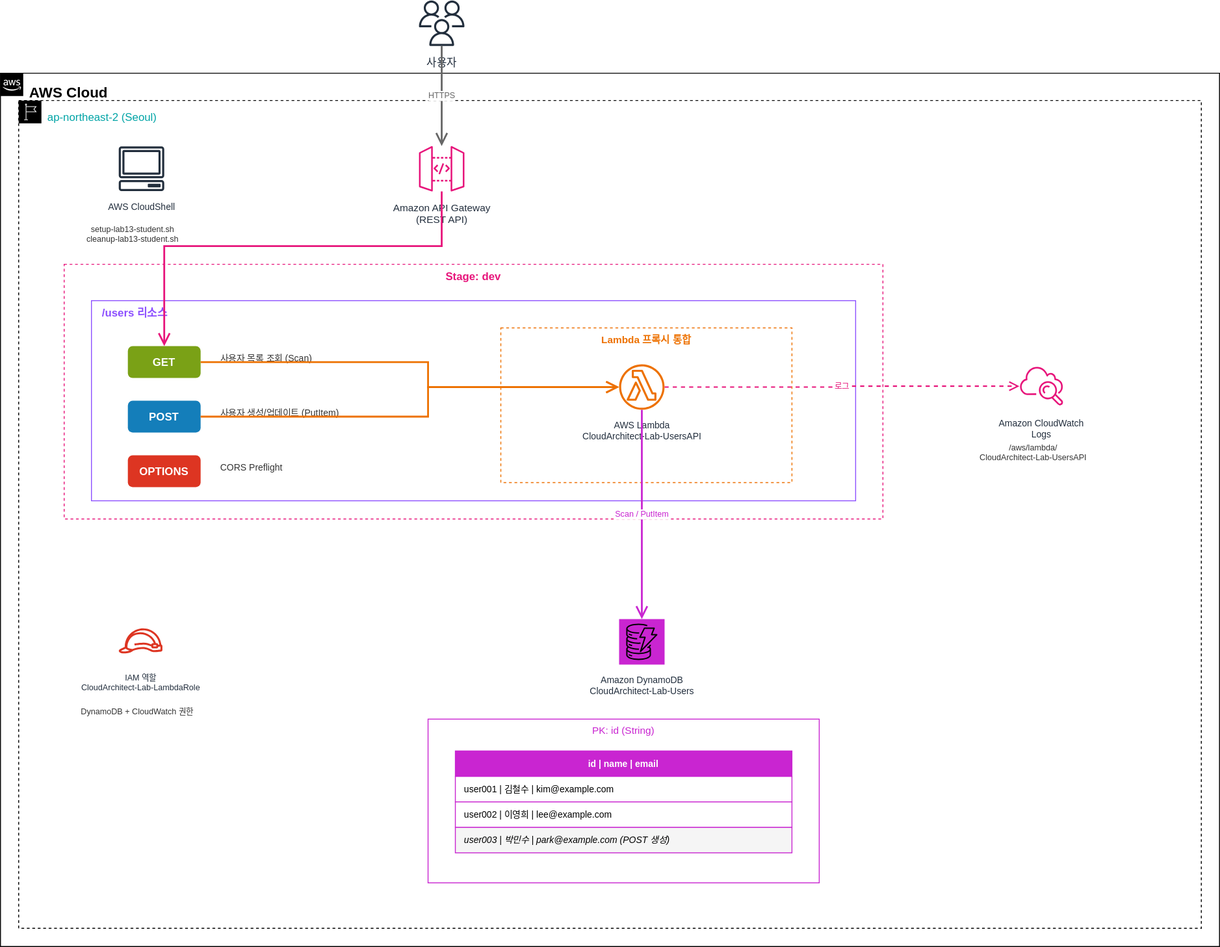
Earlier version of the draw.io export public/images/week9/9-3-architecture-diagram.svg (yh00615/cloud_architecture). Source tidied: cells renumbered, new cells last; positions are measured from the earlier drawing's top-left corner, leaving out a move shared by most shapes.
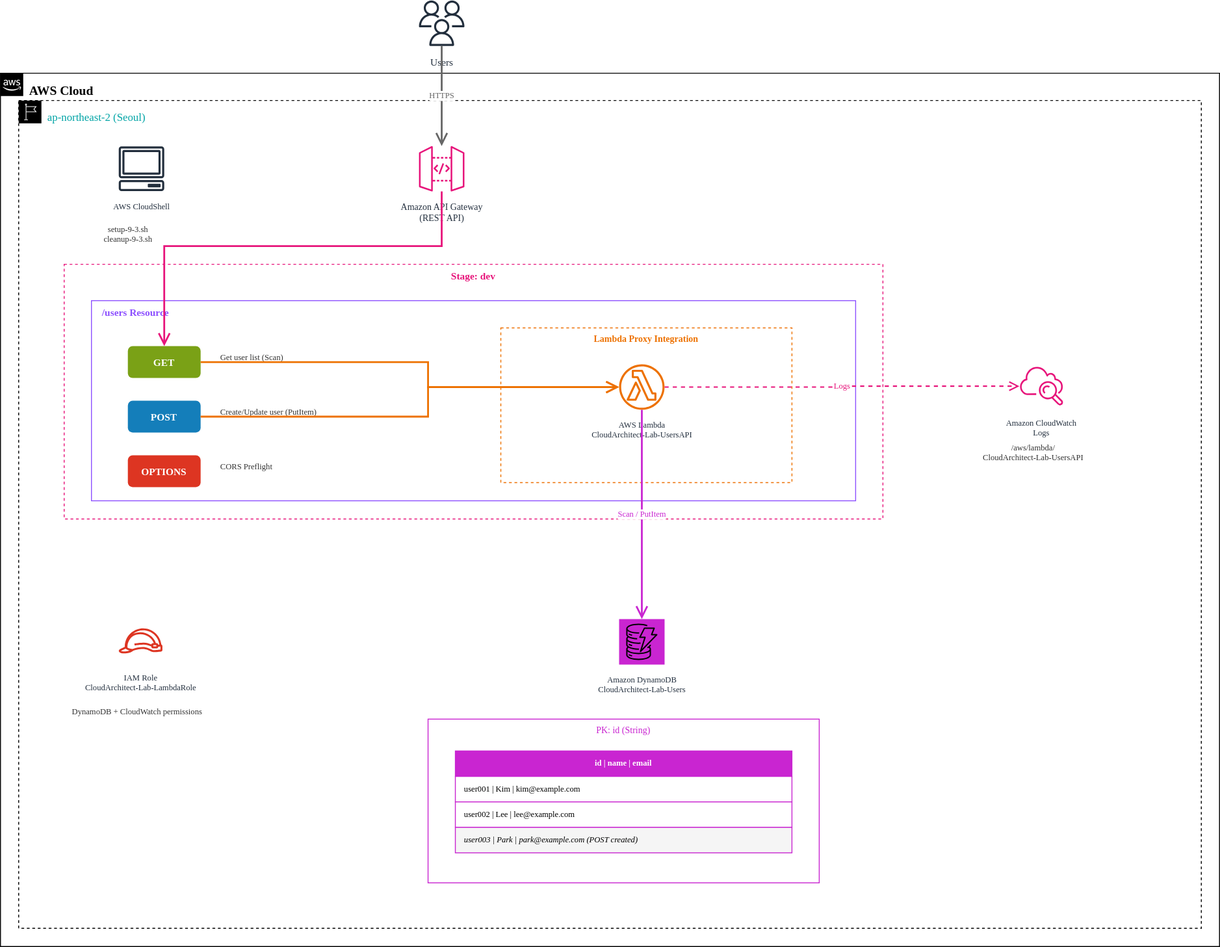
Above is the later version.

What changed in the source:
```diff
@@ -2,88 +2,88 @@
   <root>
     <mxCell id="0" />
     <mxCell id="1" parent="0" />
-    <mxCell id="2" value="사용자" style="sketch=0;outlineConnect=0;fontColor=#232F3E;gradientColor=none;fillColor=#232F3D;strokeColor=none;dashed=0;verticalLabelPosition=bottom;spacingTop=5;verticalAlign=top;align=center;html=1;fontSize=12;fontStyle=0;shape=mxgraph.aws4.users;" parent="1" vertex="1">
+    <mxCell id="2" value="Users" style="sketch=0;outlineConnect=0;fontColor=#232F3E;gradientColor=none;fillColor=#232F3D;strokeColor=none;dashed=0;verticalLabelPosition=bottom;spacingTop=5;verticalAlign=top;align=center;html=1;fontSize=11;fontStyle=0;shape=mxgraph.aws4.users;fontFamily=Verdana;" parent="1" vertex="1">
       <mxGeometry x="460" width="50" height="50" as="geometry" />
     </mxCell>
-    <mxCell id="3" value="AWS Cloud" style="gradientColor=none;html=1;whiteSpace=wrap;fontSize=16;fontStyle=1;shape=mxgraph.aws4.group;grIcon=mxgraph.aws4.group_aws_cloud_alt;stroke=#232F3E;fillColor=none;verticalAlign=top;align=left;spacingLeft=30;spacingTop=5;dashed=0;" parent="1" vertex="1">
+    <mxCell id="3" value="AWS Cloud" style="gradientColor=none;html=1;whiteSpace=wrap;fontSize=14;fontStyle=1;shape=mxgraph.aws4.group;grIcon=mxgraph.aws4.group_aws_cloud_alt;stroke=#232F3E;fillColor=none;verticalAlign=top;align=left;spacingLeft=30;spacingTop=5;dashed=0;fontFamily=Verdana;" parent="1" vertex="1">
       <mxGeometry y="80" width="1340" height="960" as="geometry" />
     </mxCell>
-    <mxCell id="4" value="ap-northeast-2 (Seoul)" style="gradientColor=none;html=1;whiteSpace=wrap;fontSize=12;fontStyle=0;shape=mxgraph.aws4.group;grIcon=mxgraph.aws4.group_region;stroke=#00A4A6;fillColor=none;verticalAlign=top;align=left;spacingLeft=30;spacingTop=5;fontColor=#00A4A6;dashed=1;" parent="1" vertex="1">
+    <mxCell id="4" value="ap-northeast-2 (Seoul)" style="gradientColor=none;html=1;whiteSpace=wrap;fontSize=12;fontStyle=0;shape=mxgraph.aws4.group;grIcon=mxgraph.aws4.group_region;stroke=#00A4A6;fillColor=none;verticalAlign=top;align=left;spacingLeft=30;spacingTop=5;fontColor=#00A4A6;dashed=1;fontFamily=Verdana;" parent="1" vertex="1">
       <mxGeometry x="20" y="110" width="1300" height="910" as="geometry" />
     </mxCell>
-    <mxCell id="5" value="Amazon API Gateway&#10;(REST API)" style="sketch=0;outlineConnect=0;fontColor=#232F3E;gradientColor=none;fillColor=#E7157B;strokeColor=none;dashed=0;verticalLabelPosition=bottom;spacingTop=5;verticalAlign=top;align=center;html=1;fontSize=11;fontStyle=0;shape=mxgraph.aws4.api_gateway;" parent="1" vertex="1">
+    <mxCell id="5" value="Amazon API Gateway&#10;(REST API)" style="sketch=0;outlineConnect=0;fontColor=#232F3E;gradientColor=none;fillColor=#E7157B;strokeColor=none;dashed=0;verticalLabelPosition=bottom;spacingTop=5;verticalAlign=top;align=center;html=1;fontSize=10;fontStyle=0;shape=mxgraph.aws4.api_gateway;fontFamily=Verdana;" parent="1" vertex="1">
       <mxGeometry x="460" y="160" width="50" height="50" as="geometry" />
     </mxCell>
-    <mxCell id="6" value="Stage: dev" style="fillColor=none;strokeColor=#E7157B;dashed=1;verticalAlign=top;fontStyle=1;fontColor=#E7157B;whiteSpace=wrap;html=1;fontSize=12;align=center;" parent="1" vertex="1">
+    <mxCell id="6" value="Stage: dev" style="fillColor=none;strokeColor=#E7157B;dashed=1;verticalAlign=top;fontStyle=1;fontColor=#E7157B;whiteSpace=wrap;html=1;fontSize=11;align=center;fontFamily=Verdana;" parent="1" vertex="1">
       <mxGeometry x="70" y="290" width="900" height="280" as="geometry" />
     </mxCell>
-    <mxCell id="7" value="/users 리소스" style="fillColor=none;strokeColor=#8C4FFF;verticalAlign=top;fontStyle=1;fontColor=#8C4FFF;whiteSpace=wrap;html=1;fontSize=12;align=left;spacingLeft=10;" parent="1" vertex="1">
+    <mxCell id="7" value="/users Resource" style="fillColor=none;strokeColor=#8C4FFF;verticalAlign=top;fontStyle=1;fontColor=#8C4FFF;whiteSpace=wrap;html=1;fontSize=11;align=left;spacingLeft=10;fontFamily=Verdana;" parent="1" vertex="1">
       <mxGeometry x="100" y="330" width="840" height="220" as="geometry" />
     </mxCell>
-    <mxCell id="8" value="GET" style="fillColor=#7AA116;strokeColor=none;fontColor=#FFFFFF;fontSize=12;fontStyle=1;align=center;verticalAlign=middle;whiteSpace=wrap;html=1;rounded=1;" parent="1" vertex="1">
+    <mxCell id="8" value="GET" style="fillColor=#7AA116;strokeColor=none;fontColor=#FFFFFF;fontSize=11;fontStyle=1;align=center;verticalAlign=middle;whiteSpace=wrap;html=1;rounded=1;fontFamily=Verdana;" parent="1" vertex="1">
       <mxGeometry x="140" y="380" width="80" height="35" as="geometry" />
     </mxCell>
-    <mxCell id="9" value="사용자 목록 조회 (Scan)" style="text;html=1;align=left;verticalAlign=middle;strokeColor=none;fillColor=none;fontColor=#333333;fontSize=10;" parent="1" vertex="1">
-      <mxGeometry x="240" y="383" width="140" height="20" as="geometry" />
+    <mxCell id="9" value="Get user list (Scan)" style="text;html=1;align=left;verticalAlign=middle;strokeColor=none;fillColor=none;fontColor=#333333;fontSize=9;fontFamily=Verdana;" parent="1" vertex="1">
+      <mxGeometry x="240" y="383" width="120" height="20" as="geometry" />
     </mxCell>
-    <mxCell id="10" value="POST" style="fillColor=#147EBA;strokeColor=none;fontColor=#FFFFFF;fontSize=12;fontStyle=1;align=center;verticalAlign=middle;whiteSpace=wrap;html=1;rounded=1;" parent="1" vertex="1">
+    <mxCell id="10" value="POST" style="fillColor=#147EBA;strokeColor=none;fontColor=#FFFFFF;fontSize=11;fontStyle=1;align=center;verticalAlign=middle;whiteSpace=wrap;html=1;rounded=1;fontFamily=Verdana;" parent="1" vertex="1">
       <mxGeometry x="140" y="440" width="80" height="35" as="geometry" />
     </mxCell>
-    <mxCell id="11" value="사용자 생성/업데이트 (PutItem)" style="text;html=1;align=left;verticalAlign=middle;strokeColor=none;fillColor=none;fontColor=#333333;fontSize=10;" parent="1" vertex="1">
-      <mxGeometry x="240" y="443" width="190" height="20" as="geometry" />
+    <mxCell id="11" value="Create/Update user (PutItem)" style="text;html=1;align=left;verticalAlign=middle;strokeColor=none;fillColor=none;fontColor=#333333;fontSize=9;fontFamily=Verdana;" parent="1" vertex="1">
+      <mxGeometry x="240" y="443" width="170" height="20" as="geometry" />
     </mxCell>
-    <mxCell id="12" value="OPTIONS" style="fillColor=#DD3522;strokeColor=none;fontColor=#FFFFFF;fontSize=12;fontStyle=1;align=center;verticalAlign=middle;whiteSpace=wrap;html=1;rounded=1;" parent="1" vertex="1">
+    <mxCell id="12" value="OPTIONS" style="fillColor=#DD3522;strokeColor=none;fontColor=#FFFFFF;fontSize=11;fontStyle=1;align=center;verticalAlign=middle;whiteSpace=wrap;html=1;rounded=1;fontFamily=Verdana;" parent="1" vertex="1">
       <mxGeometry x="140" y="500" width="80" height="35" as="geometry" />
     </mxCell>
-    <mxCell id="13" value="CORS Preflight" style="text;html=1;align=left;verticalAlign=middle;strokeColor=none;fillColor=none;fontColor=#333333;fontSize=10;" parent="1" vertex="1">
+    <mxCell id="13" value="CORS Preflight" style="text;html=1;align=left;verticalAlign=middle;strokeColor=none;fillColor=none;fontColor=#333333;fontSize=9;fontFamily=Verdana;" parent="1" vertex="1">
       <mxGeometry x="240" y="503" width="100" height="20" as="geometry" />
     </mxCell>
-    <mxCell id="14" value="Lambda 프록시 통합" style="fillColor=none;strokeColor=#ED7100;dashed=1;verticalAlign=top;fontStyle=1;fontColor=#ED7100;whiteSpace=wrap;html=1;fontSize=11;align=center;" parent="1" vertex="1">
+    <mxCell id="14" value="Lambda Proxy Integration" style="fillColor=none;strokeColor=#ED7100;dashed=1;verticalAlign=top;fontStyle=1;fontColor=#ED7100;whiteSpace=wrap;html=1;fontSize=10;align=center;fontFamily=Verdana;" parent="1" vertex="1">
       <mxGeometry x="550" y="360" width="320" height="170" as="geometry" />
     </mxCell>
-    <mxCell id="15" value="AWS Lambda&#10;CloudArchitect-Lab-UsersAPI" style="sketch=0;outlineConnect=0;fontColor=#232F3E;gradientColor=none;fillColor=#ED7100;strokeColor=none;dashed=0;verticalLabelPosition=bottom;spacingTop=5;verticalAlign=top;align=center;html=1;fontSize=10;fontStyle=0;shape=mxgraph.aws4.lambda_function;" parent="1" vertex="1">
+    <mxCell id="15" value="AWS Lambda&#10;CloudArchitect-Lab-UsersAPI" style="sketch=0;outlineConnect=0;fontColor=#232F3E;gradientColor=none;fillColor=#ED7100;strokeColor=none;dashed=0;verticalLabelPosition=bottom;spacingTop=5;verticalAlign=top;align=center;html=1;fontSize=9;fontStyle=0;shape=mxgraph.aws4.lambda_function;fontFamily=Verdana;" parent="1" vertex="1">
       <mxGeometry x="680" y="400" width="50" height="50" as="geometry" />
     </mxCell>
-    <mxCell id="16" value="Amazon DynamoDB&#10;CloudArchitect-Lab-Users" style="sketch=0;outlineConnect=0;fontColor=#232F3E;gradientColor=none;fillColor=#C925D1;strokeColor=none;dashed=0;verticalLabelPosition=bottom;spacingTop=5;verticalAlign=top;align=center;html=1;fontSize=10;fontStyle=0;shape=mxgraph.aws4.resourceIcon;resIcon=mxgraph.aws4.dynamodb;" parent="1" vertex="1">
+    <mxCell id="16" value="Amazon DynamoDB&#10;CloudArchitect-Lab-Users" style="sketch=0;outlineConnect=0;fontColor=#232F3E;gradientColor=none;fillColor=#C925D1;strokeColor=none;dashed=0;verticalLabelPosition=bottom;spacingTop=5;verticalAlign=top;align=center;html=1;fontSize=9;fontStyle=0;shape=mxgraph.aws4.resourceIcon;resIcon=mxgraph.aws4.dynamodb;fontFamily=Verdana;" parent="1" vertex="1">
       <mxGeometry x="680" y="680" width="50" height="50" as="geometry" />
     </mxCell>
-    <mxCell id="17" value="PK: id (String)" style="fillColor=none;strokeColor=#C925D1;verticalAlign=top;fontStyle=0;fontColor=#C925D1;fontSize=11;whiteSpace=wrap;html=1;" parent="1" vertex="1">
+    <mxCell id="17" value="PK: id (String)" style="fillColor=none;strokeColor=#C925D1;verticalAlign=top;fontStyle=0;fontColor=#C925D1;fontSize=10;whiteSpace=wrap;html=1;fontFamily=Verdana;" parent="1" vertex="1">
       <mxGeometry x="470" y="790" width="430" height="180" as="geometry" />
     </mxCell>
-    <mxCell id="18" value="id | name | email" style="fillColor=#C925D1;strokeColor=#C925D1;fontColor=#FFFFFF;fontSize=10;fontStyle=1;align=center;verticalAlign=middle;whiteSpace=wrap;html=1;" parent="1" vertex="1">
+    <mxCell id="18" value="id | name | email" style="fillColor=#C925D1;strokeColor=#C925D1;fontColor=#FFFFFF;fontSize=9;fontStyle=1;align=center;verticalAlign=middle;whiteSpace=wrap;html=1;fontFamily=Verdana;" parent="1" vertex="1">
       <mxGeometry x="500" y="825" width="370" height="28" as="geometry" />
     </mxCell>
-    <mxCell id="19" value="user001 | 김철수 | kim@example.com" style="fillColor=#FFFFFF;strokeColor=#C925D1;fontSize=10;align=left;verticalAlign=middle;whiteSpace=wrap;html=1;spacingLeft=8;" parent="1" vertex="1">
+    <mxCell id="19" value="user001 | Kim | kim@example.com" style="fillColor=#FFFFFF;strokeColor=#C925D1;fontSize=9;align=left;verticalAlign=middle;whiteSpace=wrap;html=1;spacingLeft=8;fontFamily=Verdana;" parent="1" vertex="1">
       <mxGeometry x="500" y="853" width="370" height="28" as="geometry" />
     </mxCell>
-    <mxCell id="20" value="user002 | 이영희 | lee@example.com" style="fillColor=#FFFFFF;strokeColor=#C925D1;fontSize=10;align=left;verticalAlign=middle;whiteSpace=wrap;html=1;spacingLeft=8;" parent="1" vertex="1">
+    <mxCell id="20" value="user002 | Lee | lee@example.com" style="fillColor=#FFFFFF;strokeColor=#C925D1;fontSize=9;align=left;verticalAlign=middle;whiteSpace=wrap;html=1;spacingLeft=8;fontFamily=Verdana;" parent="1" vertex="1">
       <mxGeometry x="500" y="881" width="370" height="28" as="geometry" />
     </mxCell>
-    <mxCell id="21" value="user003 | 박민수 | park@example.com (POST 생성)" style="fillColor=#F5F5F5;strokeColor=#C925D1;fontSize=10;align=left;verticalAlign=middle;whiteSpace=wrap;html=1;spacingLeft=8;fontStyle=2;" parent="1" vertex="1">
+    <mxCell id="21" value="user003 | Park | park@example.com (POST created)" style="fillColor=#F5F5F5;strokeColor=#C925D1;fontSize=9;align=left;verticalAlign=middle;whiteSpace=wrap;html=1;spacingLeft=8;fontStyle=2;fontFamily=Verdana;" parent="1" vertex="1">
       <mxGeometry x="500" y="909" width="370" height="28" as="geometry" />
     </mxCell>
-    <mxCell id="22" value="IAM 역할&#10;CloudArchitect-Lab-LambdaRole" style="sketch=0;fontColor=#232F3E;gradientColor=none;fillColor=#DD3522;strokeColor=none;dashed=0;verticalLabelPosition=bottom;spacingTop=5;verticalAlign=top;align=center;html=1;fontSize=9;fontStyle=0;shape=mxgraph.aws4.role;" parent="1" vertex="1">
+    <mxCell id="22" value="IAM Role&#10;CloudArchitect-Lab-LambdaRole" style="sketch=0;fontColor=#232F3E;gradientColor=none;fillColor=#DD3522;strokeColor=none;dashed=0;verticalLabelPosition=bottom;spacingTop=5;verticalAlign=top;align=center;html=1;fontSize=9;fontStyle=0;shape=mxgraph.aws4.role;fontFamily=Verdana;" parent="1" vertex="1">
       <mxGeometry x="130" y="680" width="48" height="48" as="geometry" />
     </mxCell>
-    <mxCell id="23" value="DynamoDB + CloudWatch 권한" style="text;html=1;align=center;verticalAlign=top;strokeColor=none;fillColor=none;fontColor=#333333;fontSize=9;" parent="1" vertex="1">
-      <mxGeometry x="70" y="770" width="160" height="20" as="geometry" />
+    <mxCell id="23" value="DynamoDB + CloudWatch permissions" style="text;html=1;align=center;verticalAlign=top;strokeColor=none;fillColor=none;fontColor=#333333;fontSize=9;fontFamily=Verdana;" parent="1" vertex="1">
+      <mxGeometry x="50" y="770" width="200" height="20" as="geometry" />
     </mxCell>
-    <mxCell id="24" value="Amazon CloudWatch&#10;Logs" style="sketch=0;outlineConnect=0;fontColor=#232F3E;gradientColor=none;fillColor=#E7157B;strokeColor=none;dashed=0;verticalLabelPosition=bottom;spacingTop=5;verticalAlign=top;align=center;html=1;fontSize=10;fontStyle=0;shape=mxgraph.aws4.cloudwatch;" parent="1" vertex="1">
+    <mxCell id="24" value="Amazon CloudWatch&#10;Logs" style="sketch=0;outlineConnect=0;fontColor=#232F3E;gradientColor=none;fillColor=#E7157B;strokeColor=none;dashed=0;verticalLabelPosition=bottom;spacingTop=5;verticalAlign=top;align=center;html=1;fontSize=9;fontStyle=0;shape=mxgraph.aws4.cloudwatch;fontFamily=Verdana;" parent="1" vertex="1">
       <mxGeometry x="1120" y="400" width="48" height="48" as="geometry" />
     </mxCell>
-    <mxCell id="25" value="/aws/lambda/&#10;CloudArchitect-Lab-UsersAPI" style="text;html=1;align=center;verticalAlign=top;strokeColor=none;fillColor=none;fontColor=#333333;fontSize=9;" parent="1" vertex="1">
+    <mxCell id="25" value="/aws/lambda/&#10;CloudArchitect-Lab-UsersAPI" style="text;html=1;align=center;verticalAlign=top;strokeColor=none;fillColor=none;fontColor=#333333;fontSize=9;fontFamily=Verdana;" parent="1" vertex="1">
       <mxGeometry x="1060" y="480" width="150" height="30" as="geometry" />
     </mxCell>
-    <mxCell id="26" value="AWS CloudShell" style="sketch=0;fontColor=#232F3E;gradientColor=none;fillColor=#232F3D;strokeColor=none;dashed=0;verticalLabelPosition=bottom;spacingTop=5;verticalAlign=top;align=center;html=1;fontSize=10;fontStyle=0;shape=mxgraph.aws4.client;" parent="1" vertex="1">
+    <mxCell id="26" value="AWS CloudShell" style="sketch=0;fontColor=#232F3E;gradientColor=none;fillColor=#232F3D;strokeColor=none;dashed=0;verticalLabelPosition=bottom;spacingTop=5;verticalAlign=top;align=center;html=1;fontSize=9;fontStyle=0;shape=mxgraph.aws4.client;fontFamily=Verdana;" parent="1" vertex="1">
       <mxGeometry x="130" y="160" width="50" height="50" as="geometry" />
     </mxCell>
-    <mxCell id="27" value="setup-lab13-student.sh&#10;cleanup-lab13-student.sh" style="text;html=1;align=center;verticalAlign=top;strokeColor=none;fillColor=none;fontColor=#333333;fontSize=9;" parent="1" vertex="1">
-      <mxGeometry x="75" y="240" width="140" height="30" as="geometry" />
+    <mxCell id="27" value="setup-9-3.sh&#10;cleanup-9-3.sh" style="text;html=1;align=center;verticalAlign=top;strokeColor=none;fillColor=none;fontColor=#333333;fontSize=9;fontFamily=Verdana;" parent="1" vertex="1">
+      <mxGeometry x="90" y="240" width="100" height="30" as="geometry" />
     </mxCell>
-    <mxCell id="28" value="HTTPS" style="edgeStyle=orthogonalEdgeStyle;html=1;endArrow=open;endFill=0;endSize=10;strokeColor=#666666;strokeWidth=2;rounded=0;fontSize=9;fontColor=#666666;labelBackgroundColor=#FFFFFF;" parent="1" edge="1" source="2" target="5">
+    <mxCell id="28" value="HTTPS" style="edgeStyle=orthogonalEdgeStyle;html=1;endArrow=open;endFill=0;endSize=10;strokeColor=#666666;strokeWidth=2;rounded=0;fontSize=9;fontColor=#666666;labelBackgroundColor=#FFFFFF;fontFamily=Verdana;" parent="1" edge="1" source="2" target="5">
       <mxGeometry relative="1" as="geometry" />
     </mxCell>
-    <mxCell id="29" style="edgeStyle=orthogonalEdgeStyle;html=1;endArrow=open;endFill=0;endSize=10;strokeColor=#E7157B;strokeWidth=2;rounded=0;" parent="1" edge="1" source="5" target="8">
+    <mxCell id="29" style="edgeStyle=orthogonalEdgeStyle;html=1;endArrow=open;endFill=0;endSize=10;strokeColor=#E7157B;strokeWidth=2;rounded=0;fontFamily=Verdana;" parent="1" edge="1" source="5" target="8">
       <mxGeometry relative="1" as="geometry">
         <Array as="points">
           <mxPoint x="485" y="270" />
@@ -91,7 +91,7 @@
         </Array>
       </mxGeometry>
     </mxCell>
-    <mxCell id="30" style="edgeStyle=orthogonalEdgeStyle;html=1;endArrow=open;endFill=0;endSize=10;strokeColor=#ED7100;strokeWidth=2;rounded=0;" parent="1" edge="1" source="8" target="15">
+    <mxCell id="30" style="edgeStyle=orthogonalEdgeStyle;html=1;endArrow=open;endFill=0;endSize=10;strokeColor=#ED7100;strokeWidth=2;rounded=0;fontFamily=Verdana;" parent="1" edge="1" source="8" target="15">
       <mxGeometry relative="1" as="geometry">
         <Array as="points">
           <mxPoint x="470" y="398" />
@@ -99,7 +99,7 @@
         </Array>
       </mxGeometry>
     </mxCell>
-    <mxCell id="31" style="edgeStyle=orthogonalEdgeStyle;html=1;endArrow=open;endFill=0;endSize=10;strokeColor=#ED7100;strokeWidth=2;rounded=0;" parent="1" edge="1" source="10" target="15">
+    <mxCell id="31" style="edgeStyle=orthogonalEdgeStyle;html=1;endArrow=open;endFill=0;endSize=10;strokeColor=#ED7100;strokeWidth=2;rounded=0;fontFamily=Verdana;" parent="1" edge="1" source="10" target="15">
       <mxGeometry relative="1" as="geometry">
         <Array as="points">
           <mxPoint x="470" y="458" />
@@ -107,10 +107,10 @@
         </Array>
       </mxGeometry>
     </mxCell>
-    <mxCell id="32" value="Scan / PutItem" style="edgeStyle=orthogonalEdgeStyle;html=1;endArrow=open;endFill=0;endSize=10;strokeColor=#C925D1;strokeWidth=2;rounded=0;fontSize=9;fontColor=#C925D1;labelBackgroundColor=#FFFFFF;" parent="1" edge="1" source="15" target="16">
+    <mxCell id="32" value="Scan / PutItem" style="edgeStyle=orthogonalEdgeStyle;html=1;endArrow=open;endFill=0;endSize=10;strokeColor=#C925D1;strokeWidth=2;rounded=0;fontSize=9;fontColor=#C925D1;labelBackgroundColor=#FFFFFF;fontFamily=Verdana;" parent="1" edge="1" source="15" target="16">
       <mxGeometry relative="1" as="geometry" />
     </mxCell>
-    <mxCell id="33" value="로그" style="edgeStyle=orthogonalEdgeStyle;html=1;endArrow=open;endFill=0;endSize=8;strokeColor=#E7157B;strokeWidth=1.5;dashed=1;rounded=0;fontSize=9;fontColor=#E7157B;labelBackgroundColor=#FFFFFF;" parent="1" edge="1" source="15" target="24">
+    <mxCell id="33" value="Logs" style="edgeStyle=orthogonalEdgeStyle;html=1;endArrow=open;endFill=0;endSize=8;strokeColor=#E7157B;strokeWidth=1.5;dashed=1;rounded=0;fontSize=9;fontColor=#E7157B;labelBackgroundColor=#FFFFFF;fontFamily=Verdana;" parent="1" edge="1" source="15" target="24">
       <mxGeometry relative="1" as="geometry" />
     </mxCell>
   </root>
```
